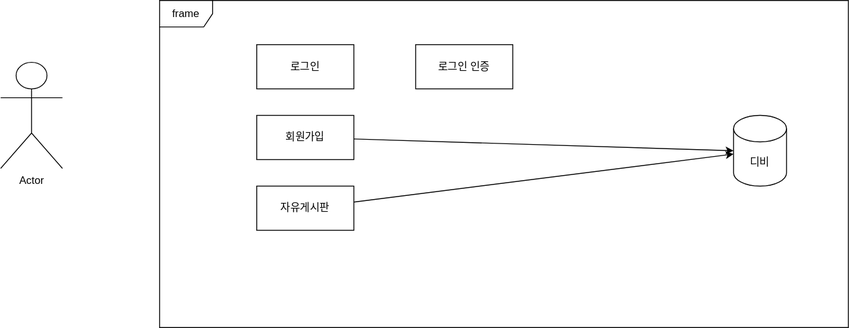
Earlier version of the draw.io export Usecase drawio.svg (syso12/project). Source tidied: cells renumbered, new cells last; positions are measured from the earlier drawing's top-left corner, leaving out a move shared by most shapes.
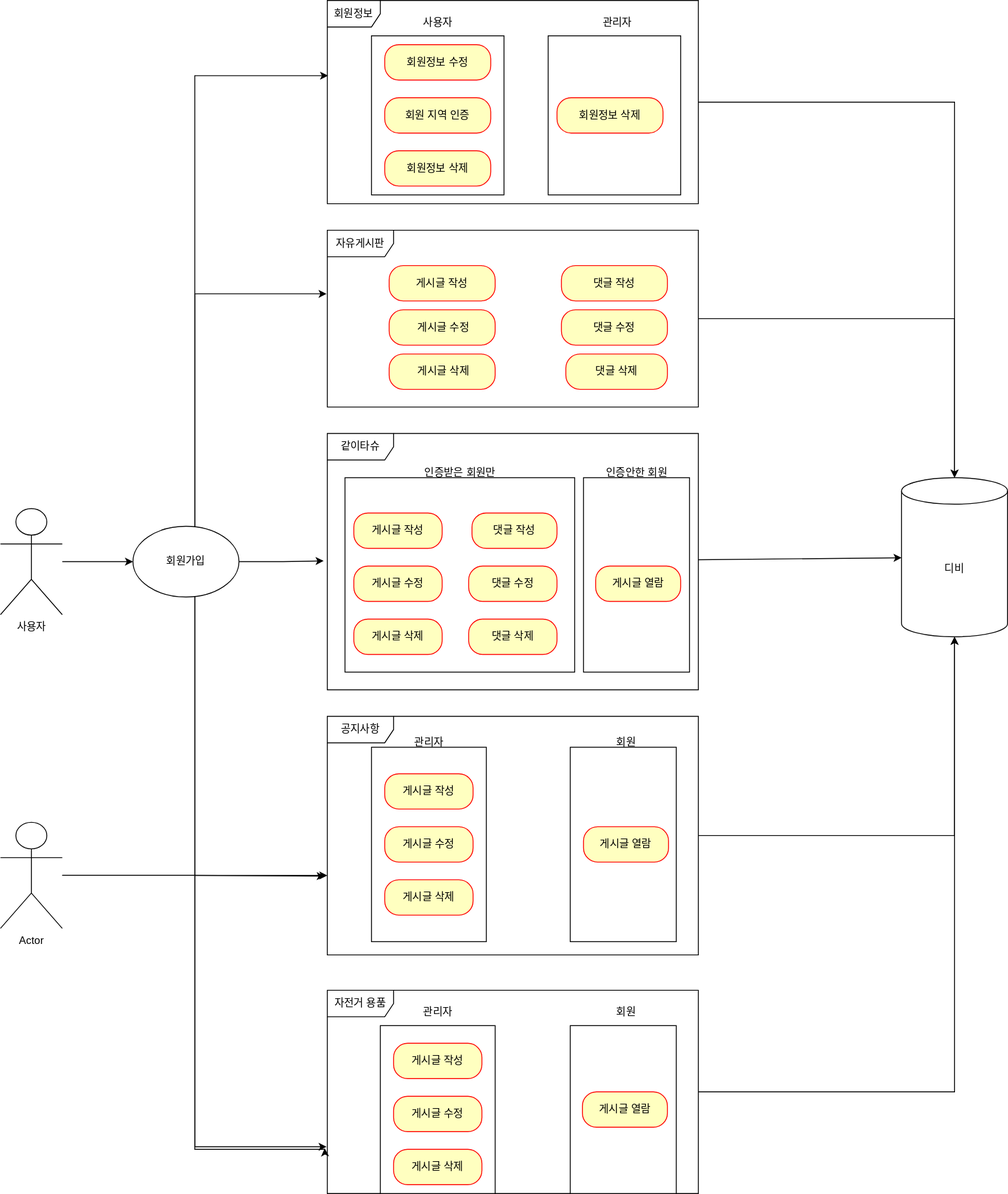
After the change.

What changed in the source:
```diff
@@ -2,32 +2,216 @@
   <root>
     <mxCell id="0" />
     <mxCell id="1" parent="0" />
-    <mxCell id="2" value="frame" style="shape=umlFrame;whiteSpace=wrap;html=1;" parent="1" vertex="1">
-      <mxGeometry x="180" width="780" height="370" as="geometry" />
-    </mxCell>
+    <mxCell id="11" style="rounded=0;whiteSpace=wrap;html=1;" parent="1" vertex="1">
+      <mxGeometry x="480" y="-280" width="150" height="180" as="geometry" />
+    </mxCell>
+    <mxCell id="12" style="rounded=0;whiteSpace=wrap;html=1;" parent="1" vertex="1">
+      <mxGeometry x="280" y="-280" width="150" height="180" as="geometry" />
+    </mxCell>
+    <mxCell id="13" style="rounded=0;whiteSpace=wrap;html=1;" parent="1" vertex="1">
+      <mxGeometry x="520" y="220" width="120" height="220" as="geometry" />
+    </mxCell>
+    <mxCell id="14" style="rounded=0;whiteSpace=wrap;html=1;" parent="1" vertex="1">
+      <mxGeometry x="250" y="220" width="260" height="220" as="geometry" />
+    </mxCell>
+    <mxCell id="15" style="edgeStyle=orthogonalEdgeStyle;rounded=0;jettySize=auto;html=1;entryX=0;entryY=0.5;entryDx=0;entryDy=0;" parent="1" edge="1" source="3" target="5">
+      <mxGeometry relative="1" as="geometry" />
+    </mxCell>
-    <mxCell id="3" value="Actor" style="shape=umlActor;verticalLabelPosition=bottom;verticalAlign=top;html=1;" parent="1" vertex="1">
-      <mxGeometry y="70" width="70" height="120" as="geometry" />
+    <mxCell id="3" value="사용자" style="shape=umlActor;verticalLabelPosition=bottom;verticalAlign=top;html=1;" parent="1" vertex="1">
+      <mxGeometry x="-140" y="255" width="70" height="120" as="geometry" />
     </mxCell>
-    <mxCell id="4" value="로그인" style="html=1;whiteSpace=wrap;" parent="1" vertex="1">
-      <mxGeometry x="290" y="50" width="110" height="50" as="geometry" />
-    </mxCell>
-    <mxCell id="5" value="회원가입" style="html=1;whiteSpace=wrap;" parent="1" vertex="1">
-      <mxGeometry x="290" y="130" width="110" height="50" as="geometry" />
-    </mxCell>
-    <mxCell id="6" value="로그인 인증" style="html=1;whiteSpace=wrap;" parent="1" vertex="1">
-      <mxGeometry x="470" y="50" width="110" height="50" as="geometry" />
-    </mxCell>
+    <mxCell id="9" value="디비" style="shape=cylinder3;whiteSpace=wrap;html=1;boundedLbl=1;backgroundOutline=1;size=15;" parent="1" vertex="1">
+      <mxGeometry x="880" y="220" width="120" height="180" as="geometry" />
+    </mxCell>
+    <mxCell id="16" style="edgeStyle=orthogonalEdgeStyle;rounded=0;jettySize=auto;html=1;" parent="1" edge="1" source="17" target="9">
+      <mxGeometry relative="1" as="geometry" />
+    </mxCell>
+    <mxCell id="17" value="회원정보" style="shape=umlFrame;whiteSpace=wrap;html=1;" parent="1" vertex="1">
+      <mxGeometry x="230" y="-320" width="420" height="230" as="geometry" />
+    </mxCell>
-    <mxCell id="7" style="rounded=0;jettySize=auto;html=1;" parent="1" edge="1" source="8" target="9">
+    <mxCell id="7" style="edgeStyle=orthogonalEdgeStyle;rounded=0;jettySize=auto;html=1;" parent="1" edge="1" source="8" target="9">
       <mxGeometry relative="1" as="geometry" />
     </mxCell>
-    <mxCell id="8" value="자유게시판" style="html=1;whiteSpace=wrap;" parent="1" vertex="1">
-      <mxGeometry x="290" y="210" width="110" height="50" as="geometry" />
+    <mxCell id="8" value="자유게시판" style="shape=umlFrame;whiteSpace=wrap;html=1;width=75;height=30;" parent="1" vertex="1">
+      <mxGeometry x="230" y="-60" width="420" height="200" as="geometry" />
     </mxCell>
-    <mxCell id="9" value="디비" style="shape=cylinder3;whiteSpace=wrap;html=1;boundedLbl=1;backgroundOutline=1;size=15;" parent="1" vertex="1">
-      <mxGeometry x="830" y="130" width="60" height="80" as="geometry" />
-    </mxCell>
-    <mxCell id="10" style="rounded=0;jettySize=auto;html=1;entryX=0;entryY=0.5;entryDx=0;entryDy=0;entryPerimeter=0;startArrow=none;startFill=0;" parent="1" edge="1" source="5" target="9">
-      <mxGeometry relative="1" as="geometry" />
-    </mxCell>
+    <mxCell id="18" style="rounded=0;jettySize=auto;html=1;" parent="1" edge="1" source="19" target="9">
+      <mxGeometry relative="1" as="geometry" />
+    </mxCell>
+    <mxCell id="19" value="같이타슈" style="shape=umlFrame;whiteSpace=wrap;html=1;width=75;height=30;" parent="1" vertex="1">
+      <mxGeometry x="230" y="170" width="420" height="290" as="geometry" />
+    </mxCell>
+    <mxCell id="20" value="자전거 용품" style="shape=umlFrame;whiteSpace=wrap;html=1;width=75;height=30;" parent="1" vertex="1">
+      <mxGeometry x="230" y="800" width="420" height="230" as="geometry" />
+    </mxCell>
+    <mxCell id="21" value="인증받은 회원만" style="text;html=1;align=center;verticalAlign=middle;strokeColor=none;fillColor=none;" parent="1" vertex="1">
+      <mxGeometry x="330" y="200" width="100" height="30" as="geometry" />
+    </mxCell>
+    <mxCell id="22" value="회원정보 수정" style="rounded=1;whiteSpace=wrap;html=1;arcSize=40;fontColor=#000000;fillColor=#ffffc0;strokeColor=#ff0000;" parent="1" vertex="1">
+      <mxGeometry x="295" y="-270" width="120" height="40" as="geometry" />
+    </mxCell>
+    <mxCell id="23" value="회원정보 삭제" style="rounded=1;whiteSpace=wrap;html=1;arcSize=40;fontColor=#000000;fillColor=#ffffc0;strokeColor=#ff0000;" parent="1" vertex="1">
+      <mxGeometry x="295" y="-150" width="120" height="40" as="geometry" />
+    </mxCell>
+    <mxCell id="24" value="게시글 작성" style="rounded=1;whiteSpace=wrap;html=1;arcSize=40;fontColor=#000000;fillColor=#ffffc0;strokeColor=#ff0000;" parent="1" vertex="1">
+      <mxGeometry x="300" y="-20" width="120" height="40" as="geometry" />
+    </mxCell>
+    <mxCell id="25" value="&amp;nbsp;게시글 수정" style="rounded=1;whiteSpace=wrap;html=1;arcSize=40;fontColor=#000000;fillColor=#ffffc0;strokeColor=#ff0000;" parent="1" vertex="1">
+      <mxGeometry x="300" y="30" width="120" height="40" as="geometry" />
+    </mxCell>
+    <mxCell id="26" value="&amp;nbsp;게시글 삭제" style="rounded=1;whiteSpace=wrap;html=1;arcSize=40;fontColor=#000000;fillColor=#ffffc0;strokeColor=#ff0000;" parent="1" vertex="1">
+      <mxGeometry x="300" y="80" width="120" height="40" as="geometry" />
+    </mxCell>
+    <mxCell id="27" value="댓글 작성" style="rounded=1;whiteSpace=wrap;html=1;arcSize=40;fontColor=#000000;fillColor=#ffffc0;strokeColor=#ff0000;" parent="1" vertex="1">
+      <mxGeometry x="495" y="-20" width="120" height="40" as="geometry" />
+    </mxCell>
+    <mxCell id="28" value="댓글 수정" style="rounded=1;whiteSpace=wrap;html=1;arcSize=40;fontColor=#000000;fillColor=#ffffc0;strokeColor=#ff0000;" parent="1" vertex="1">
+      <mxGeometry x="495" y="30" width="120" height="40" as="geometry" />
+    </mxCell>
+    <mxCell id="29" value="댓글 삭제" style="rounded=1;whiteSpace=wrap;html=1;arcSize=40;fontColor=#000000;fillColor=#ffffc0;strokeColor=#ff0000;" parent="1" vertex="1">
+      <mxGeometry x="500" y="80" width="115" height="40" as="geometry" />
+    </mxCell>
+    <mxCell id="30" value="게시글 작성" style="rounded=1;whiteSpace=wrap;html=1;arcSize=40;fontColor=#000000;fillColor=#ffffc0;strokeColor=#ff0000;" parent="1" vertex="1">
+      <mxGeometry x="260" y="260" width="100" height="40" as="geometry" />
+    </mxCell>
+    <mxCell id="31" value="게시글 수정" style="rounded=1;whiteSpace=wrap;html=1;arcSize=40;fontColor=#000000;fillColor=#ffffc0;strokeColor=#ff0000;" parent="1" vertex="1">
+      <mxGeometry x="260" y="320" width="100" height="40" as="geometry" />
+    </mxCell>
+    <mxCell id="32" value="게시글 삭제" style="rounded=1;whiteSpace=wrap;html=1;arcSize=40;fontColor=#000000;fillColor=#ffffc0;strokeColor=#ff0000;" parent="1" vertex="1">
+      <mxGeometry x="260" y="380" width="100" height="40" as="geometry" />
+    </mxCell>
+    <mxCell id="33" value="댓글 작성" style="rounded=1;whiteSpace=wrap;html=1;arcSize=40;fontColor=#000000;fillColor=#ffffc0;strokeColor=#ff0000;" parent="1" vertex="1">
+      <mxGeometry x="393.8" y="260" width="96.2" height="40" as="geometry" />
+    </mxCell>
+    <mxCell id="34" value="댓글 수정" style="rounded=1;whiteSpace=wrap;html=1;arcSize=40;fontColor=#000000;fillColor=#ffffc0;strokeColor=#ff0000;" parent="1" vertex="1">
+      <mxGeometry x="390" y="320" width="100" height="40" as="geometry" />
+    </mxCell>
+    <mxCell id="35" value="댓글 삭제" style="rounded=1;whiteSpace=wrap;html=1;arcSize=40;fontColor=#000000;fillColor=#ffffc0;strokeColor=#ff0000;" parent="1" vertex="1">
+      <mxGeometry x="390" y="380" width="100" height="40" as="geometry" />
+    </mxCell>
+    <mxCell id="36" value="인증안한 회원" style="text;html=1;align=center;verticalAlign=middle;strokeColor=none;fillColor=none;" parent="1" vertex="1">
+      <mxGeometry x="535" y="200" width="90" height="30" as="geometry" />
+    </mxCell>
+    <mxCell id="37" value="게시글 열람" style="rounded=1;whiteSpace=wrap;html=1;arcSize=40;fontColor=#000000;fillColor=#ffffc0;strokeColor=#ff0000;" parent="1" vertex="1">
+      <mxGeometry x="533.8" y="320" width="96.2" height="40" as="geometry" />
+    </mxCell>
+    <mxCell id="38" value="회원 지역 인증" style="rounded=1;whiteSpace=wrap;html=1;arcSize=40;fontColor=#000000;fillColor=#ffffc0;strokeColor=#ff0000;" parent="1" vertex="1">
+      <mxGeometry x="295" y="-210" width="120" height="40" as="geometry" />
+    </mxCell>
+    <mxCell id="39" value="공지사항" style="shape=umlFrame;whiteSpace=wrap;html=1;width=75;height=30;" parent="1" vertex="1">
+      <mxGeometry x="230" y="490" width="420" height="270" as="geometry" />
+    </mxCell>
+    <mxCell id="40" style="rounded=0;whiteSpace=wrap;html=1;" parent="1" vertex="1">
+      <mxGeometry x="505" y="525" width="120" height="220" as="geometry" />
+    </mxCell>
+    <mxCell id="41" style="rounded=0;whiteSpace=wrap;html=1;" parent="1" vertex="1">
+      <mxGeometry x="280" y="525" width="130" height="220" as="geometry" />
+    </mxCell>
+    <mxCell id="42" value="관리자" style="text;html=1;align=center;verticalAlign=middle;strokeColor=none;fillColor=none;" parent="1" vertex="1">
+      <mxGeometry x="315" y="505" width="60" height="30" as="geometry" />
+    </mxCell>
+    <mxCell id="43" value="게시글 작성" style="rounded=1;whiteSpace=wrap;html=1;arcSize=40;fontColor=#000000;fillColor=#ffffc0;strokeColor=#ff0000;" parent="1" vertex="1">
+      <mxGeometry x="295" y="555" width="100" height="40" as="geometry" />
+    </mxCell>
+    <mxCell id="44" value="게시글 수정" style="rounded=1;whiteSpace=wrap;html=1;arcSize=40;fontColor=#000000;fillColor=#ffffc0;strokeColor=#ff0000;" parent="1" vertex="1">
+      <mxGeometry x="295" y="615" width="100" height="40" as="geometry" />
+    </mxCell>
+    <mxCell id="45" value="게시글 삭제" style="rounded=1;whiteSpace=wrap;html=1;arcSize=40;fontColor=#000000;fillColor=#ffffc0;strokeColor=#ff0000;" parent="1" vertex="1">
+      <mxGeometry x="295" y="675" width="100" height="40" as="geometry" />
+    </mxCell>
+    <mxCell id="46" value="회원" style="text;html=1;align=center;verticalAlign=middle;strokeColor=none;fillColor=none;" parent="1" vertex="1">
+      <mxGeometry x="543.1" y="505" width="50" height="30" as="geometry" />
+    </mxCell>
+    <mxCell id="47" value="게시글 열람" style="rounded=1;whiteSpace=wrap;html=1;arcSize=40;fontColor=#000000;fillColor=#ffffc0;strokeColor=#ff0000;" parent="1" vertex="1">
+      <mxGeometry x="520" y="615" width="96.2" height="40" as="geometry" />
+    </mxCell>
+    <mxCell id="48" style="rounded=0;whiteSpace=wrap;html=1;" parent="1" vertex="1">
+      <mxGeometry x="290" y="840" width="130" height="190" as="geometry" />
+    </mxCell>
+    <mxCell id="49" value="관리자" style="text;html=1;align=center;verticalAlign=middle;strokeColor=none;fillColor=none;" parent="1" vertex="1">
+      <mxGeometry x="325" y="810" width="60" height="30" as="geometry" />
+    </mxCell>
+    <mxCell id="50" value="게시글 작성" style="rounded=1;whiteSpace=wrap;html=1;arcSize=40;fontColor=#000000;fillColor=#ffffc0;strokeColor=#ff0000;" parent="1" vertex="1">
+      <mxGeometry x="305" y="860" width="100" height="40" as="geometry" />
+    </mxCell>
+    <mxCell id="51" value="게시글 수정" style="rounded=1;whiteSpace=wrap;html=1;arcSize=40;fontColor=#000000;fillColor=#ffffc0;strokeColor=#ff0000;" parent="1" vertex="1">
+      <mxGeometry x="305" y="920" width="100" height="40" as="geometry" />
+    </mxCell>
+    <mxCell id="52" value="게시글 삭제" style="rounded=1;whiteSpace=wrap;html=1;arcSize=40;fontColor=#000000;fillColor=#ffffc0;strokeColor=#ff0000;" parent="1" vertex="1">
+      <mxGeometry x="305" y="980" width="100" height="40" as="geometry" />
+    </mxCell>
+    <mxCell id="53" style="rounded=0;whiteSpace=wrap;html=1;" parent="1" vertex="1">
+      <mxGeometry x="505" y="840" width="120" height="190" as="geometry" />
+    </mxCell>
+    <mxCell id="54" value="회원" style="text;html=1;align=center;verticalAlign=middle;strokeColor=none;fillColor=none;" parent="1" vertex="1">
+      <mxGeometry x="543.1" y="810" width="50" height="30" as="geometry" />
+    </mxCell>
+    <mxCell id="55" value="게시글 열람" style="rounded=1;whiteSpace=wrap;html=1;arcSize=40;fontColor=#000000;fillColor=#ffffc0;strokeColor=#ff0000;" parent="1" vertex="1">
+      <mxGeometry x="518.8" y="915" width="96.2" height="40" as="geometry" />
+    </mxCell>
+    <mxCell id="56" value="Actor" style="shape=umlActor;verticalLabelPosition=bottom;verticalAlign=top;html=1;" parent="1" vertex="1">
+      <mxGeometry x="-140" y="610" width="70" height="120" as="geometry" />
+    </mxCell>
+    <mxCell id="5" value="회원가입" style="ellipse;whiteSpace=wrap;html=1;" parent="1" vertex="1">
+      <mxGeometry x="10" y="275" width="120" height="80" as="geometry" />
+    </mxCell>
+    <mxCell id="57" value="사용자" style="text;html=1;align=center;verticalAlign=middle;strokeColor=none;fillColor=none;" parent="1" vertex="1">
+      <mxGeometry x="325" y="-310" width="60" height="30" as="geometry" />
+    </mxCell>
+    <mxCell id="58" value="회원정보 삭제" style="rounded=1;whiteSpace=wrap;html=1;arcSize=40;fontColor=#000000;fillColor=#ffffc0;strokeColor=#ff0000;" parent="1" vertex="1">
+      <mxGeometry x="490" y="-210" width="120" height="40" as="geometry" />
+    </mxCell>
+    <mxCell id="59" value="관리자" style="text;html=1;align=center;verticalAlign=middle;strokeColor=none;fillColor=none;" parent="1" vertex="1">
+      <mxGeometry x="527.5" y="-310" width="60" height="30" as="geometry" />
+    </mxCell>
+    <mxCell id="60" style="edgeStyle=orthogonalEdgeStyle;rounded=0;jettySize=auto;html=1;entryX=0.5;entryY=1;entryDx=0;entryDy=0;entryPerimeter=0;" parent="1" edge="1" source="39" target="9">
+      <mxGeometry relative="1" as="geometry" />
+    </mxCell>
+    <mxCell id="61" style="edgeStyle=orthogonalEdgeStyle;rounded=0;jettySize=auto;html=1;entryX=0.5;entryY=1;entryDx=0;entryDy=0;entryPerimeter=0;" parent="1" edge="1" source="20" target="9">
+      <mxGeometry relative="1" as="geometry" />
+    </mxCell>
+    <mxCell id="62" style="edgeStyle=orthogonalEdgeStyle;rounded=0;jettySize=auto;html=1;entryX=0.002;entryY=0.37;entryDx=0;entryDy=0;entryPerimeter=0;" parent="1" edge="1" source="5" target="17">
+      <mxGeometry relative="1" as="geometry">
+        <Array as="points">
+          <mxPoint x="80" y="-235" />
+        </Array>
+      </mxGeometry>
+    </mxCell>
+    <mxCell id="63" style="edgeStyle=orthogonalEdgeStyle;rounded=0;jettySize=auto;html=1;entryX=-0.002;entryY=0.36;entryDx=0;entryDy=0;entryPerimeter=0;" parent="1" edge="1" source="5" target="8">
+      <mxGeometry relative="1" as="geometry">
+        <Array as="points">
+          <mxPoint x="80" y="12" />
+        </Array>
+      </mxGeometry>
+    </mxCell>
+    <mxCell id="64" style="edgeStyle=orthogonalEdgeStyle;rounded=0;jettySize=auto;html=1;entryX=0;entryY=0.667;entryDx=0;entryDy=0;entryPerimeter=0;" parent="1" edge="1" source="5" target="39">
+      <mxGeometry relative="1" as="geometry">
+        <Array as="points">
+          <mxPoint x="80" y="670" />
+        </Array>
+      </mxGeometry>
+    </mxCell>
+    <mxCell id="65" style="edgeStyle=orthogonalEdgeStyle;rounded=0;jettySize=auto;html=1;entryX=-0.002;entryY=0.77;entryDx=0;entryDy=0;entryPerimeter=0;" parent="1" edge="1" source="5" target="20">
+      <mxGeometry relative="1" as="geometry">
+        <Array as="points">
+          <mxPoint x="80" y="977" />
+        </Array>
+      </mxGeometry>
+    </mxCell>
+    <mxCell id="66" style="edgeStyle=orthogonalEdgeStyle;rounded=0;jettySize=auto;html=1;entryX=-0.01;entryY=0.497;entryDx=0;entryDy=0;entryPerimeter=0;" parent="1" edge="1" source="5" target="19">
+      <mxGeometry relative="1" as="geometry" />
+    </mxCell>
+    <mxCell id="67" style="edgeStyle=orthogonalEdgeStyle;rounded=0;jettySize=auto;html=1;entryX=-0.007;entryY=0.67;entryDx=0;entryDy=0;entryPerimeter=0;" parent="1" edge="1" source="56" target="39">
+      <mxGeometry relative="1" as="geometry" />
+    </mxCell>
+    <mxCell id="68" style="edgeStyle=orthogonalEdgeStyle;rounded=0;jettySize=auto;html=1;entryX=-0.007;entryY=0.778;entryDx=0;entryDy=0;entryPerimeter=0;" parent="1" edge="1" source="56" target="20">
+      <mxGeometry relative="1" as="geometry">
+        <Array as="points">
+          <mxPoint x="80" y="670" />
+          <mxPoint x="80" y="980" />
+          <mxPoint x="227" y="980" />
+        </Array>
+      </mxGeometry>
+    </mxCell>
   </root>
 </mxGraphModel>
```
